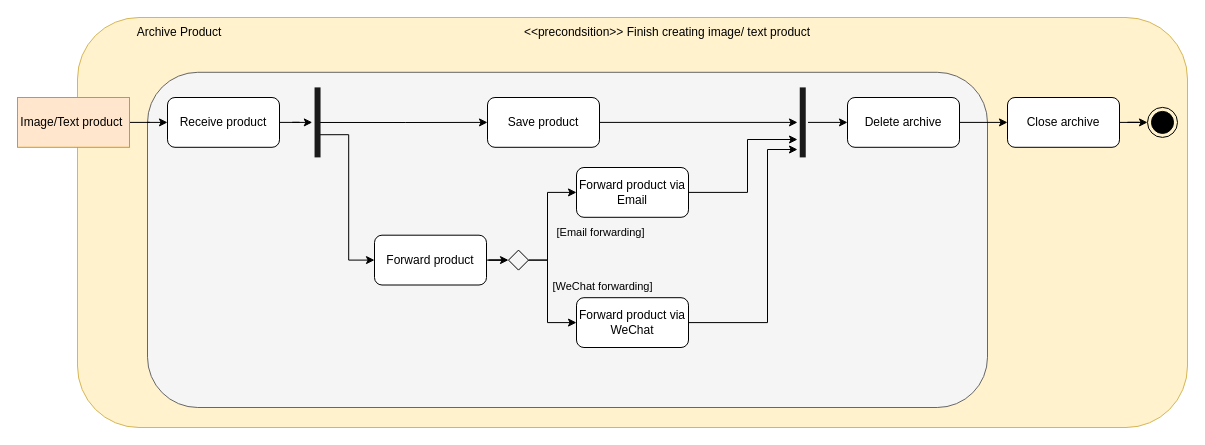
Above: Documentation/Activity Diagram/Archive Product AD.drawio in Darrenchenn/Model-based-software-design (draw.io), before the change. Source tidied: cells renumbered, new cells numbered last; positions are measured from the earlier drawing's top-left corner, leaving out a move shared by most shapes. Both pictures are drawn from the tidied source at 100%, with x=0, y=0 at pixel (17, 17).
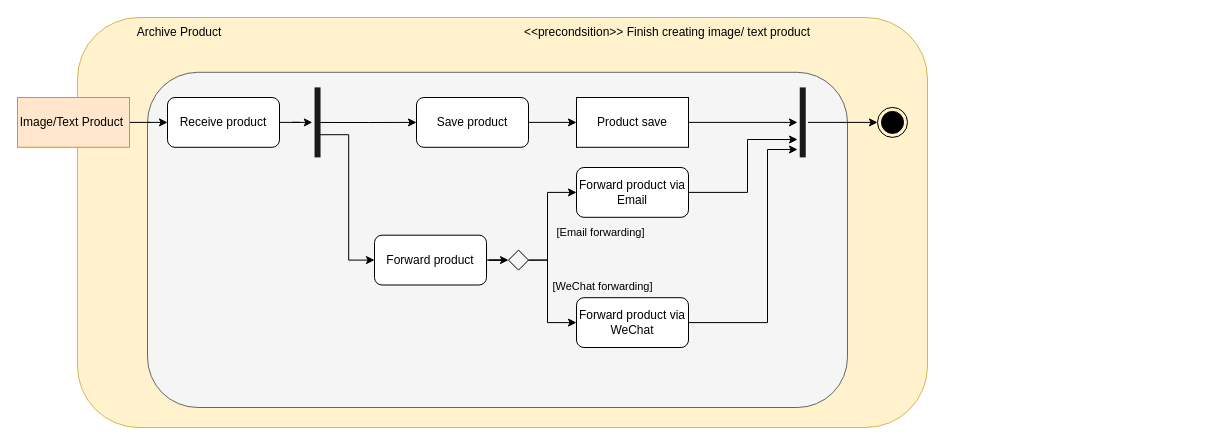
Above is the later version.

Unchanged cells that the change refers to:
```xml
<mxCell id="30" style="shape=line;strokeWidth=6;strokeColor=#1A1A1A;rotation=-180;direction=south;" parent="1" vertex="1">
  <mxGeometry x="780" y="69.9" width="10.5" height="70" as="geometry" />
</mxCell>
```

What changed in the source:
```diff
@@
     <mxCell id="2" style="rounded=1;whiteSpace=wrap;html=1;fillColor=#fff2cc;strokeColor=#d6b656;" parent="1" vertex="1">
-      <mxGeometry x="60" width="1110" height="410" as="geometry" />
+      <mxGeometry x="60" width="850" height="410" as="geometry" />
     </mxCell>
     <mxCell id="3" style="rounded=1;whiteSpace=wrap;html=1;fillColor=#f5f5f5;fontColor=#333333;strokeColor=#666666;" parent="1" vertex="1">
-      <mxGeometry x="130" y="54.8" width="840" height="335.2" as="geometry" />
+      <mxGeometry x="130" y="54.8" width="700" height="335.2" as="geometry" />
     </mxCell>
@@
-    <mxCell id="9" value="Image/Text product&amp;nbsp;" style="rounded=0;whiteSpace=wrap;html=1;fillColor=#ffe6cc;strokeColor=#d79b00;" parent="1" vertex="1">
+    <mxCell id="9" value="Image/Text Product&amp;nbsp;" style="rounded=0;whiteSpace=wrap;html=1;fillColor=#ffe6cc;strokeColor=#d79b00;" parent="1" vertex="1">
       <mxGeometry y="80" width="112" height="49.8" as="geometry" />
     </mxCell>
@@
-    <mxCell id="16" style="edgeStyle=orthogonalEdgeStyle;rounded=0;jettySize=auto;html=1;entryX=0;entryY=0.5;entryDx=0;entryDy=0;" parent="1" edge="1" source="17" target="22">
-      <mxGeometry relative="1" as="geometry" />
-    </mxCell>
-    <mxCell id="17" value="Delete archive" style="rounded=1;whiteSpace=wrap;html=1;" parent="1" vertex="1">
-      <mxGeometry x="830" y="80" width="112" height="49.8" as="geometry" />
-    </mxCell>
@@
-    <mxCell id="21" style="edgeStyle=orthogonalEdgeStyle;rounded=0;jettySize=auto;html=1;entryX=0;entryY=0.5;entryDx=0;entryDy=0;" parent="1" edge="1" source="22" target="23">
-      <mxGeometry relative="1" as="geometry" />
-    </mxCell>
-    <mxCell id="22" value="Close archive" style="rounded=1;whiteSpace=wrap;html=1;" parent="1" vertex="1">
-      <mxGeometry x="990" y="80" width="112" height="49.8" as="geometry" />
-    </mxCell>
     <mxCell id="23" style="ellipse;html=1;shape=endState;fillColor=strokeColor;" parent="1" vertex="1">
-      <mxGeometry x="1130" y="89.9" width="30" height="30" as="geometry" />
+      <mxGeometry x="860" y="89.9" width="30" height="30" as="geometry" />
     </mxCell>
-    <mxCell id="24" style="edgeStyle=orthogonalEdgeStyle;rounded=0;jettySize=auto;html=1;" parent="1" edge="1" source="25" target="30">
+    <mxCell id="24" style="edgeStyle=orthogonalEdgeStyle;rounded=0;jettySize=auto;html=1;" parent="1" edge="1" source="34" target="30">
       <mxGeometry relative="1" as="geometry" />
     </mxCell>
     <mxCell id="25" value="Save product" style="rounded=1;whiteSpace=wrap;html=1;" parent="1" vertex="1">
-      <mxGeometry x="470" y="80" width="112" height="49.8" as="geometry" />
+      <mxGeometry x="399" y="80" width="112" height="49.8" as="geometry" />
     </mxCell>
@@
-    <mxCell id="29" style="edgeStyle=orthogonalEdgeStyle;rounded=0;jettySize=auto;html=1;entryX=0;entryY=0.5;entryDx=0;entryDy=0;" parent="1" edge="1" source="30" target="17">
+    <mxCell id="29" style="edgeStyle=orthogonalEdgeStyle;rounded=0;jettySize=auto;html=1;entryX=0;entryY=0.5;entryDx=0;entryDy=0;" parent="1" edge="1" source="30" target="23">
       <mxGeometry relative="1" as="geometry" />
     </mxCell>
@@
+    <mxCell id="33" style="edgeStyle=orthogonalEdgeStyle;rounded=0;jettySize=auto;html=1;" parent="1" edge="1" source="25" target="34">
+      <mxGeometry relative="1" as="geometry" />
+    </mxCell>
+    <mxCell id="34" value="Product save" style="rounded=0;whiteSpace=wrap;html=1;" parent="1" vertex="1">
+      <mxGeometry x="559" y="80" width="112" height="49.8" as="geometry" />
+    </mxCell>
```
